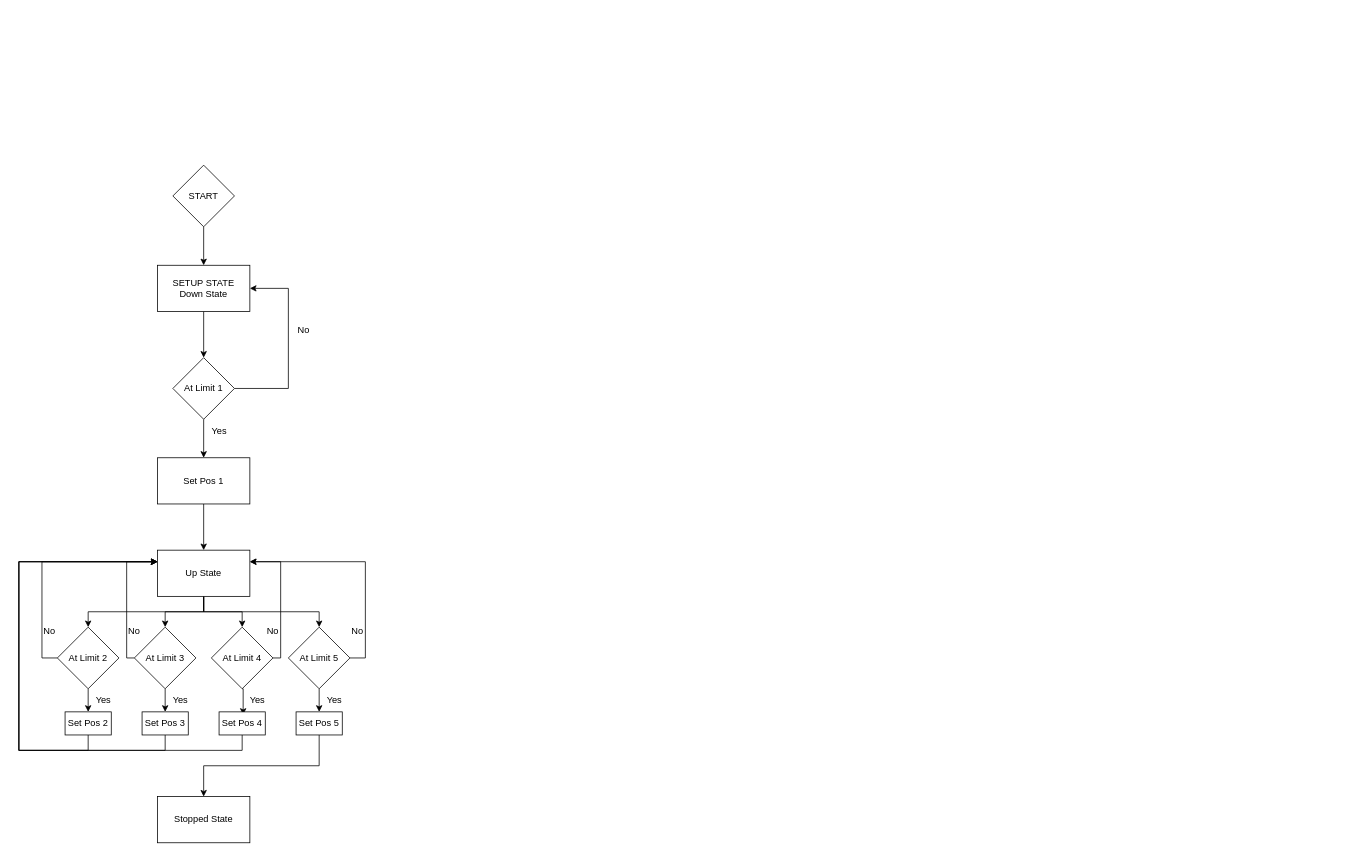
Earlier version of the draw.io diagram Setup State.drawio (lkw56/Elevator). Source tidied: cells renumbered, new cells numbered last; positions are measured from the earlier drawing's top-left corner, leaving out a move shared by most shapes. Both pictures are drawn from the tidied source at 77%, with x=0, y=0 at pixel (18, 165).
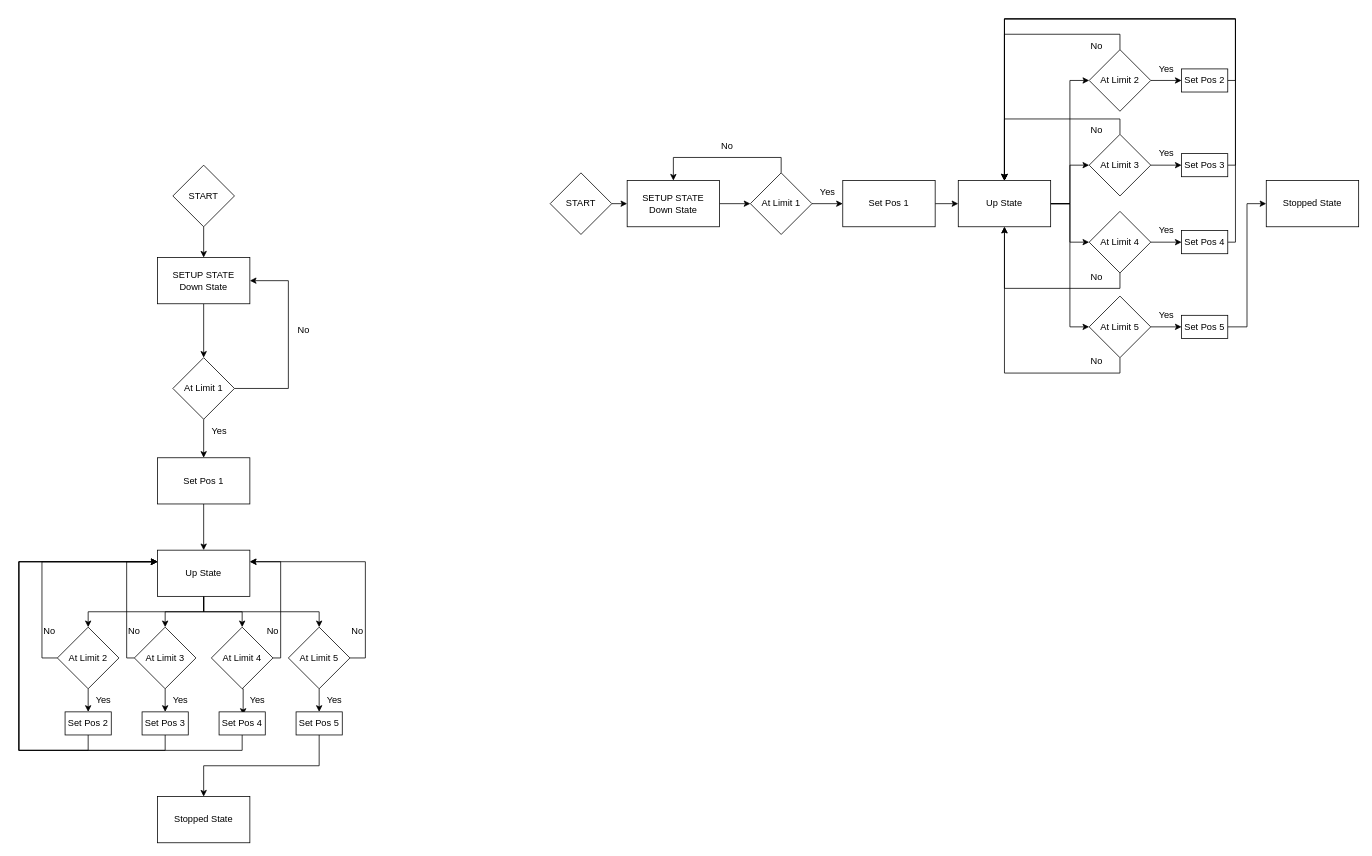
The same diagram, later.

Unchanged cells that the change refers to:
```xml
<mxCell id="8" value="At Limit 1" style="rhombus;whiteSpace=wrap;html=1;" parent="1" vertex="1">
  <mxGeometry x="200" y="250" width="80" height="80" as="geometry" />
</mxCell>
```

Diff of the diagram source:
```diff
@@
     <mxCell id="3" value="&lt;div&gt;SETUP STATE&lt;/div&gt;Down State" style="rounded=0;whiteSpace=wrap;html=1;" parent="1" vertex="1">
-      <mxGeometry x="180" y="130" width="120" height="60" as="geometry" />
+      <mxGeometry x="180" y="120" width="120" height="60" as="geometry" />
     </mxCell>
@@
     <mxCell id="6" style="edgeStyle=orthogonalEdgeStyle;rounded=0;jettySize=auto;html=1;exitX=1;exitY=0.5;exitDx=0;exitDy=0;entryX=1;entryY=0.5;entryDx=0;entryDy=0;" parent="1" edge="1" source="8" target="3">
       <mxGeometry relative="1" as="geometry">
         <Array as="points">
           <mxPoint x="350" y="290" />
-          <mxPoint x="350" y="160" />
+          <mxPoint x="350" y="150" />
         </Array>
       </mxGeometry>
     </mxCell>
@@
+    <mxCell id="48" style="edgeStyle=orthogonalEdgeStyle;rounded=0;jettySize=auto;html=1;exitX=1;exitY=0.5;exitDx=0;exitDy=0;entryX=0;entryY=0.5;entryDx=0;entryDy=0;" parent="1" edge="1" target="51">
+      <mxGeometry relative="1" as="geometry">
+        <mxPoint x="770" y="50" as="sourcePoint" />
+      </mxGeometry>
+    </mxCell>
+    <mxCell id="49" value="START" style="rhombus;whiteSpace=wrap;html=1;" parent="1" vertex="1">
+      <mxGeometry x="690" y="10" width="80" height="80" as="geometry" />
+    </mxCell>
+    <mxCell id="50" style="edgeStyle=orthogonalEdgeStyle;rounded=0;jettySize=auto;html=1;exitX=1;exitY=0.5;exitDx=0;exitDy=0;entryX=0;entryY=0.5;entryDx=0;entryDy=0;" parent="1" edge="1" source="51" target="54">
+      <mxGeometry relative="1" as="geometry" />
+    </mxCell>
+    <mxCell id="51" value="&lt;div&gt;SETUP STATE&lt;/div&gt;&lt;div&gt;Down State&lt;br&gt;&lt;/div&gt;" style="rounded=0;whiteSpace=wrap;html=1;" parent="1" vertex="1">
+      <mxGeometry x="790" y="20" width="120" height="60" as="geometry" />
+    </mxCell>
+    <mxCell id="52" style="edgeStyle=orthogonalEdgeStyle;rounded=0;jettySize=auto;html=1;exitX=0.5;exitY=0;exitDx=0;exitDy=0;entryX=0.5;entryY=0;entryDx=0;entryDy=0;" parent="1" edge="1" source="54" target="51">
+      <mxGeometry relative="1" as="geometry" />
+    </mxCell>
+    <mxCell id="53" style="edgeStyle=orthogonalEdgeStyle;rounded=0;jettySize=auto;html=1;exitX=1;exitY=0.5;exitDx=0;exitDy=0;entryX=0;entryY=0.5;entryDx=0;entryDy=0;" parent="1" edge="1" source="54" target="56">
+      <mxGeometry relative="1" as="geometry" />
+    </mxCell>
+    <mxCell id="54" value="At Limit 1" style="rhombus;whiteSpace=wrap;html=1;" parent="1" vertex="1">
+      <mxGeometry x="950" y="10" width="80" height="80" as="geometry" />
+    </mxCell>
+    <mxCell id="55" style="edgeStyle=orthogonalEdgeStyle;rounded=0;jettySize=auto;html=1;exitX=1;exitY=0.5;exitDx=0;exitDy=0;entryX=0;entryY=0.5;entryDx=0;entryDy=0;" parent="1" edge="1" source="56" target="61">
+      <mxGeometry relative="1" as="geometry" />
+    </mxCell>
+    <mxCell id="56" value="&lt;div&gt;Set Pos 1&lt;br&gt;&lt;/div&gt;" style="rounded=0;whiteSpace=wrap;html=1;" parent="1" vertex="1">
+      <mxGeometry x="1070" y="20" width="120" height="60" as="geometry" />
+    </mxCell>
+    <mxCell id="57" style="edgeStyle=orthogonalEdgeStyle;rounded=0;jettySize=auto;html=1;exitX=1;exitY=0.5;exitDx=0;exitDy=0;entryX=0;entryY=0.5;entryDx=0;entryDy=0;" parent="1" edge="1" source="61" target="64">
+      <mxGeometry relative="1" as="geometry" />
+    </mxCell>
+    <mxCell id="58" style="edgeStyle=orthogonalEdgeStyle;rounded=0;jettySize=auto;html=1;exitX=1;exitY=0.5;exitDx=0;exitDy=0;entryX=0;entryY=0.5;entryDx=0;entryDy=0;" parent="1" edge="1" source="61" target="67">
+      <mxGeometry relative="1" as="geometry" />
+    </mxCell>
+    <mxCell id="59" style="edgeStyle=orthogonalEdgeStyle;rounded=0;jettySize=auto;html=1;exitX=1;exitY=0.5;exitDx=0;exitDy=0;entryX=0;entryY=0.5;entryDx=0;entryDy=0;" parent="1" edge="1" source="61" target="70">
+      <mxGeometry relative="1" as="geometry" />
+    </mxCell>
+    <mxCell id="60" style="edgeStyle=orthogonalEdgeStyle;rounded=0;jettySize=auto;html=1;exitX=1;exitY=0.5;exitDx=0;exitDy=0;entryX=0;entryY=0.5;entryDx=0;entryDy=0;" parent="1" edge="1" source="61" target="73">
+      <mxGeometry relative="1" as="geometry" />
+    </mxCell>
+    <mxCell id="61" value="Up State" style="rounded=0;whiteSpace=wrap;html=1;" parent="1" vertex="1">
+      <mxGeometry x="1220" y="20" width="120" height="60" as="geometry" />
+    </mxCell>
+    <mxCell id="62" style="edgeStyle=orthogonalEdgeStyle;rounded=0;jettySize=auto;html=1;exitX=0.5;exitY=0;exitDx=0;exitDy=0;entryX=0.5;entryY=0;entryDx=0;entryDy=0;" parent="1" edge="1" source="64" target="61">
+      <mxGeometry relative="1" as="geometry" />
+    </mxCell>
+    <mxCell id="63" style="edgeStyle=orthogonalEdgeStyle;rounded=0;jettySize=auto;html=1;exitX=1;exitY=0.5;exitDx=0;exitDy=0;entryX=0;entryY=0.5;entryDx=0;entryDy=0;" parent="1" edge="1" source="64" target="75">
+      <mxGeometry relative="1" as="geometry" />
+    </mxCell>
+    <mxCell id="64" value="At Limit 2" style="rhombus;whiteSpace=wrap;html=1;" parent="1" vertex="1">
+      <mxGeometry x="1390" y="-150" width="80" height="80" as="geometry" />
+    </mxCell>
+    <mxCell id="65" style="edgeStyle=orthogonalEdgeStyle;rounded=0;jettySize=auto;html=1;exitX=0.5;exitY=0;exitDx=0;exitDy=0;entryX=0.5;entryY=0;entryDx=0;entryDy=0;" parent="1" edge="1" source="67" target="61">
+      <mxGeometry relative="1" as="geometry" />
+    </mxCell>
+    <mxCell id="66" style="edgeStyle=orthogonalEdgeStyle;rounded=0;jettySize=auto;html=1;exitX=1;exitY=0.5;exitDx=0;exitDy=0;entryX=0;entryY=0.5;entryDx=0;entryDy=0;" parent="1" edge="1" source="67" target="77">
+      <mxGeometry relative="1" as="geometry" />
+    </mxCell>
+    <mxCell id="67" value="At Limit 3" style="rhombus;whiteSpace=wrap;html=1;" parent="1" vertex="1">
+      <mxGeometry x="1390" y="-40" width="80" height="80" as="geometry" />
+    </mxCell>
+    <mxCell id="68" style="edgeStyle=orthogonalEdgeStyle;rounded=0;jettySize=auto;html=1;exitX=0.5;exitY=1;exitDx=0;exitDy=0;" parent="1" edge="1" source="70">
+      <mxGeometry relative="1" as="geometry">
+        <mxPoint x="1280" y="80" as="targetPoint" />
+        <Array as="points">
+          <mxPoint x="1430" y="160" />
+          <mxPoint x="1280" y="160" />
+        </Array>
+      </mxGeometry>
+    </mxCell>
+    <mxCell id="69" style="edgeStyle=orthogonalEdgeStyle;rounded=0;jettySize=auto;html=1;exitX=1;exitY=0.5;exitDx=0;exitDy=0;entryX=0;entryY=0.5;entryDx=0;entryDy=0;" parent="1" edge="1" source="70" target="79">
+      <mxGeometry relative="1" as="geometry" />
+    </mxCell>
+    <mxCell id="70" value="At Limit 4" style="rhombus;whiteSpace=wrap;html=1;" parent="1" vertex="1">
+      <mxGeometry x="1390" y="60" width="80" height="80" as="geometry" />
+    </mxCell>
+    <mxCell id="71" style="edgeStyle=orthogonalEdgeStyle;rounded=0;jettySize=auto;html=1;exitX=0.5;exitY=1;exitDx=0;exitDy=0;entryX=0.5;entryY=1;entryDx=0;entryDy=0;" parent="1" edge="1" source="73" target="61">
+      <mxGeometry relative="1" as="geometry" />
+    </mxCell>
+    <mxCell id="72" style="edgeStyle=orthogonalEdgeStyle;rounded=0;jettySize=auto;html=1;exitX=1;exitY=0.5;exitDx=0;exitDy=0;entryX=0;entryY=0.5;entryDx=0;entryDy=0;" parent="1" edge="1" source="73" target="81">
+      <mxGeometry relative="1" as="geometry" />
+    </mxCell>
+    <mxCell id="73" value="At Limit 5" style="rhombus;whiteSpace=wrap;html=1;" parent="1" vertex="1">
+      <mxGeometry x="1390" y="170" width="80" height="80" as="geometry" />
+    </mxCell>
+    <mxCell id="74" style="edgeStyle=orthogonalEdgeStyle;rounded=0;jettySize=auto;html=1;exitX=1;exitY=0.5;exitDx=0;exitDy=0;entryX=0.5;entryY=0;entryDx=0;entryDy=0;" parent="1" edge="1" source="75" target="61">
+      <mxGeometry relative="1" as="geometry">
+        <Array as="points">
+          <mxPoint x="1580" y="-110" />
+          <mxPoint x="1580" y="-190" />
+          <mxPoint x="1280" y="-190" />
+        </Array>
+      </mxGeometry>
+    </mxCell>
+    <mxCell id="75" value="Set Pos 2" style="rounded=0;whiteSpace=wrap;html=1;" parent="1" vertex="1">
+      <mxGeometry x="1510" y="-125" width="60" height="30" as="geometry" />
+    </mxCell>
+    <mxCell id="76" style="edgeStyle=orthogonalEdgeStyle;rounded=0;jettySize=auto;html=1;exitX=1;exitY=0.5;exitDx=0;exitDy=0;entryX=0.5;entryY=0;entryDx=0;entryDy=0;" parent="1" edge="1" source="77" target="61">
+      <mxGeometry relative="1" as="geometry">
+        <Array as="points">
+          <mxPoint x="1580" />
+          <mxPoint x="1580" y="-190" />
+          <mxPoint x="1280" y="-190" />
+        </Array>
+      </mxGeometry>
+    </mxCell>
+    <mxCell id="77" value="&lt;div&gt;Set Pos 3&lt;/div&gt;" style="rounded=0;whiteSpace=wrap;html=1;" parent="1" vertex="1">
+      <mxGeometry x="1510" y="-15" width="60" height="30" as="geometry" />
+    </mxCell>
+    <mxCell id="78" style="edgeStyle=orthogonalEdgeStyle;rounded=0;jettySize=auto;html=1;exitX=1;exitY=0.5;exitDx=0;exitDy=0;entryX=0.5;entryY=0;entryDx=0;entryDy=0;" parent="1" edge="1" source="79" target="61">
+      <mxGeometry relative="1" as="geometry">
+        <Array as="points">
+          <mxPoint x="1580" y="100" />
+          <mxPoint x="1580" y="-190" />
+          <mxPoint x="1280" y="-190" />
+        </Array>
+      </mxGeometry>
+    </mxCell>
+    <mxCell id="79" value="&lt;div&gt;Set Pos 4&lt;/div&gt;" style="rounded=0;whiteSpace=wrap;html=1;" parent="1" vertex="1">
+      <mxGeometry x="1510" y="85" width="60" height="30" as="geometry" />
+    </mxCell>
+    <mxCell id="80" style="edgeStyle=orthogonalEdgeStyle;rounded=0;jettySize=auto;html=1;exitX=1;exitY=0.5;exitDx=0;exitDy=0;entryX=0;entryY=0.5;entryDx=0;entryDy=0;" parent="1" edge="1" source="81" target="82">
+      <mxGeometry relative="1" as="geometry" />
+    </mxCell>
+    <mxCell id="81" value="Set Pos 5" style="rounded=0;whiteSpace=wrap;html=1;" parent="1" vertex="1">
+      <mxGeometry x="1510" y="195" width="60" height="30" as="geometry" />
+    </mxCell>
+    <mxCell id="82" value="Stopped State" style="rounded=0;whiteSpace=wrap;html=1;" parent="1" vertex="1">
+      <mxGeometry x="1620" y="20" width="120" height="60" as="geometry" />
+    </mxCell>
+    <mxCell id="83" value="No" style="text;html=1;strokeColor=none;fillColor=none;align=center;verticalAlign=middle;whiteSpace=wrap;rounded=0;" parent="1" vertex="1">
+      <mxGeometry x="890" y="-40" width="60" height="30" as="geometry" />
+    </mxCell>
+    <mxCell id="84" value="No" style="text;html=1;strokeColor=none;fillColor=none;align=center;verticalAlign=middle;whiteSpace=wrap;rounded=0;" parent="1" vertex="1">
+      <mxGeometry x="1370" y="240" width="60" height="30" as="geometry" />
+    </mxCell>
+    <mxCell id="85" value="No" style="text;html=1;strokeColor=none;fillColor=none;align=center;verticalAlign=middle;whiteSpace=wrap;rounded=0;" parent="1" vertex="1">
+      <mxGeometry x="1370" y="130" width="60" height="30" as="geometry" />
+    </mxCell>
+    <mxCell id="86" value="No" style="text;html=1;strokeColor=none;fillColor=none;align=center;verticalAlign=middle;whiteSpace=wrap;rounded=0;" parent="1" vertex="1">
+      <mxGeometry x="1370" y="-60" width="60" height="30" as="geometry" />
+    </mxCell>
+    <mxCell id="87" value="No" style="text;html=1;strokeColor=none;fillColor=none;align=center;verticalAlign=middle;whiteSpace=wrap;rounded=0;" parent="1" vertex="1">
+      <mxGeometry x="1370" y="-170" width="60" height="30" as="geometry" />
+    </mxCell>
+    <mxCell id="88" value="Yes" style="text;html=1;align=center;verticalAlign=middle;strokeColor=none;fillColor=none;" parent="1" vertex="1">
+      <mxGeometry x="1030" y="20" width="40" height="30" as="geometry" />
+    </mxCell>
+    <mxCell id="89" value="Yes" style="text;html=1;align=center;verticalAlign=middle;strokeColor=none;fillColor=none;" parent="1" vertex="1">
+      <mxGeometry x="1470" y="-140" width="40" height="30" as="geometry" />
+    </mxCell>
+    <mxCell id="90" value="Yes" style="text;html=1;align=center;verticalAlign=middle;strokeColor=none;fillColor=none;" parent="1" vertex="1">
+      <mxGeometry x="1470" y="-30" width="40" height="30" as="geometry" />
+    </mxCell>
+    <mxCell id="91" value="Yes" style="text;html=1;align=center;verticalAlign=middle;strokeColor=none;fillColor=none;" parent="1" vertex="1">
+      <mxGeometry x="1470" y="70" width="40" height="30" as="geometry" />
+    </mxCell>
+    <mxCell id="92" value="Yes" style="text;html=1;align=center;verticalAlign=middle;strokeColor=none;fillColor=none;" parent="1" vertex="1">
+      <mxGeometry x="1470" y="180" width="40" height="30" as="geometry" />
+    </mxCell>
```
